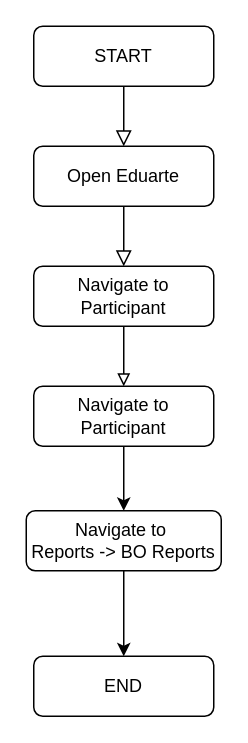
magantivenkat/draw.io keeps this draw.io diagram as AlfaCollege-Process-Flow.drawio. Above is the earlier version. Source tidied: cells renumbered, new cells numbered last; positions are measured from the earlier drawing's top-left corner, leaving out a move shared by most shapes. Both pictures are drawn from the tidied source at 150%, with x=0, y=0 at pixel (26, 26).
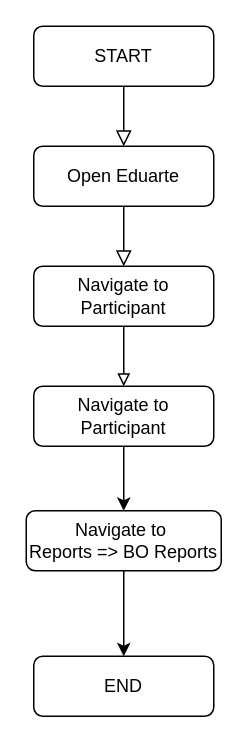
After the change.

What changed in the source:
```diff
@@
 <mxGraphModel>
   <root>
     <mxCell id="0" />
     <mxCell id="1" parent="0" />
     <mxCell id="2" style="rounded=0;html=1;jettySize=auto;fontSize=11;endArrow=block;endFill=0;endSize=8;strokeWidth=1;shadow=0;labelBackgroundColor=none;edgeStyle=orthogonalEdgeStyle;exitX=0.5;exitY=1;exitDx=0;exitDy=0;" parent="1" edge="1" source="7">
       <mxGeometry relative="1" as="geometry">
         <mxPoint x="65" y="160" as="targetPoint" />
       </mxGeometry>
     </mxCell>
     <mxCell id="3" value="START" style="rounded=1;whiteSpace=wrap;html=1;fontSize=12;glass=0;strokeWidth=1;shadow=0;" parent="1" vertex="1">
       <mxGeometry x="5" width="120" height="40" as="geometry" />
     </mxCell>
     <mxCell id="4" style="edgeStyle=orthogonalEdgeStyle;rounded=0;jettySize=auto;html=1;curved=0;endArrow=block;endFill=0;" parent="1" edge="1" source="5" target="10">
       <mxGeometry relative="1" as="geometry" />
     </mxCell>
     <mxCell id="5" value="Navigate to Participant" style="rounded=1;whiteSpace=wrap;html=1;fontSize=12;glass=0;strokeWidth=1;shadow=0;" parent="1" vertex="1">
       <mxGeometry x="5" y="160" width="120" height="40" as="geometry" />
     </mxCell>
     <mxCell id="6" value="END" style="rounded=1;whiteSpace=wrap;html=1;fontSize=12;glass=0;strokeWidth=1;shadow=0;" parent="1" vertex="1">
       <mxGeometry x="5" y="420" width="120" height="40" as="geometry" />
     </mxCell>
     <mxCell id="7" value="Open Eduarte" style="rounded=1;whiteSpace=wrap;html=1;fontSize=12;glass=0;strokeWidth=1;shadow=0;" parent="1" vertex="1">
       <mxGeometry x="5" y="80" width="120" height="40" as="geometry" />
     </mxCell>
     <mxCell id="8" style="rounded=0;html=1;jettySize=auto;fontSize=11;endArrow=block;endFill=0;endSize=8;strokeWidth=1;shadow=0;labelBackgroundColor=none;edgeStyle=orthogonalEdgeStyle;exitX=0.5;exitY=1;exitDx=0;exitDy=0;entryX=0.5;entryY=0;entryDx=0;entryDy=0;" parent="1" edge="1" source="3" target="7">
       <mxGeometry relative="1" as="geometry">
         <Array as="points">
           <mxPoint x="65" y="50" />
           <mxPoint x="65" y="50" />
         </Array>
       </mxGeometry>
     </mxCell>
     <mxCell id="9" style="edgeStyle=orthogonalEdgeStyle;rounded=0;jettySize=auto;html=1;" parent="1" edge="1" source="10" target="12">
       <mxGeometry relative="1" as="geometry" />
     </mxCell>
     <mxCell id="10" value="Navigate to Participant" style="rounded=1;whiteSpace=wrap;html=1;fontSize=12;glass=0;strokeWidth=1;shadow=0;" parent="1" vertex="1">
       <mxGeometry x="5" y="240" width="120" height="40" as="geometry" />
     </mxCell>
     <mxCell id="11" style="edgeStyle=orthogonalEdgeStyle;rounded=0;jettySize=auto;html=1;" parent="1" edge="1" source="12" target="6">
       <mxGeometry relative="1" as="geometry" />
     </mxCell>
-    <mxCell id="12" value="Navigate to&amp;nbsp;&lt;div&gt;Reports -&amp;gt; BO Reports&lt;/div&gt;" style="rounded=1;whiteSpace=wrap;html=1;fontSize=12;glass=0;strokeWidth=1;shadow=0;" parent="1" vertex="1">
+    <mxCell id="12" value="Navigate to&amp;nbsp;&lt;div&gt;Reports =&amp;gt; BO Reports&lt;/div&gt;" style="rounded=1;whiteSpace=wrap;html=1;fontSize=12;glass=0;strokeWidth=1;shadow=0;" parent="1" vertex="1">
       <mxGeometry y="323" width="130" height="40" as="geometry" />
     </mxCell>
   </root>
 </mxGraphModel>
```
